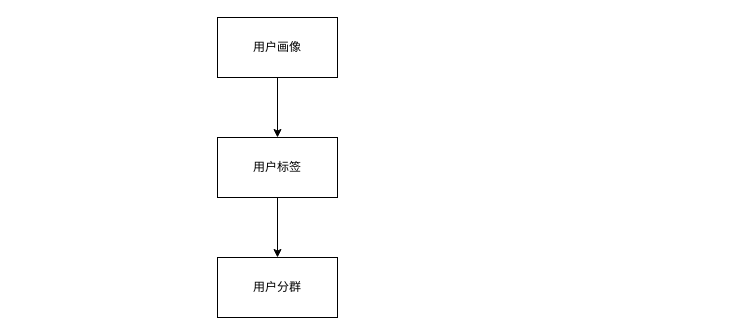
chenjinying1988/diagrams keeps this draw.io diagram as 用户分群.drawio. Above is the earlier version. Source tidied: cells renumbered, new cells numbered last; positions are measured from the earlier drawing's top-left corner, leaving out a move shared by most shapes. Both pictures are drawn from the tidied source at 100%, with x=0, y=0 at pixel (217, 17).
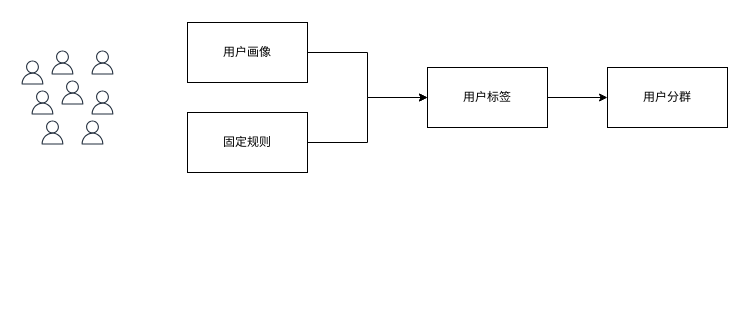
Above is the later version.

Commit message (it also covers changes not shown here):
更新用户分群.drawio

What changed in the source:
```diff
@@
 <mxGraphModel>
   <root>
     <mxCell id="0" />
     <mxCell id="1" parent="0" />
+    <mxCell id="7" style="group;" parent="1" vertex="1">
+      <mxGeometry x="-200" y="30" width="100" height="100" as="geometry" />
+    </mxCell>
+    <mxCell id="8" style="sketch=0;fontColor=#232F3E;gradientColor=none;strokeColor=#232F3E;fillColor=#ffffff;dashed=0;verticalLabelPosition=bottom;verticalAlign=top;align=center;html=1;fontSize=12;fontStyle=0;shape=mxgraph.aws4.resourceIcon;resIcon=mxgraph.aws4.user;strokeWidth=1;" parent="7" vertex="1">
+      <mxGeometry x="30" width="30" height="30" as="geometry" />
+    </mxCell>
+    <mxCell id="9" style="sketch=0;fontColor=#232F3E;gradientColor=none;strokeColor=#232F3E;fillColor=#ffffff;dashed=0;verticalLabelPosition=bottom;verticalAlign=top;align=center;html=1;fontSize=12;fontStyle=0;shape=mxgraph.aws4.resourceIcon;resIcon=mxgraph.aws4.user;strokeWidth=1;" parent="7" vertex="1">
+      <mxGeometry y="10" width="30" height="30" as="geometry" />
+    </mxCell>
+    <mxCell id="10" style="sketch=0;fontColor=#232F3E;gradientColor=none;strokeColor=#232F3E;fillColor=#ffffff;dashed=0;verticalLabelPosition=bottom;verticalAlign=top;align=center;html=1;fontSize=12;fontStyle=0;shape=mxgraph.aws4.resourceIcon;resIcon=mxgraph.aws4.user;strokeWidth=1;" parent="7" vertex="1">
+      <mxGeometry x="40" y="30" width="30" height="30" as="geometry" />
+    </mxCell>
+    <mxCell id="11" style="sketch=0;fontColor=#232F3E;gradientColor=none;strokeColor=#232F3E;fillColor=#ffffff;dashed=0;verticalLabelPosition=bottom;verticalAlign=top;align=center;html=1;fontSize=12;fontStyle=0;shape=mxgraph.aws4.resourceIcon;resIcon=mxgraph.aws4.user;strokeWidth=1;" parent="7" vertex="1">
+      <mxGeometry x="10" y="40" width="30" height="30" as="geometry" />
+    </mxCell>
+    <mxCell id="12" style="sketch=0;fontColor=#232F3E;gradientColor=none;strokeColor=#232F3E;fillColor=#ffffff;dashed=0;verticalLabelPosition=bottom;verticalAlign=top;align=center;html=1;fontSize=12;fontStyle=0;shape=mxgraph.aws4.resourceIcon;resIcon=mxgraph.aws4.user;strokeWidth=1;" parent="7" vertex="1">
+      <mxGeometry x="70" width="30" height="30" as="geometry" />
+    </mxCell>
+    <mxCell id="13" style="sketch=0;fontColor=#232F3E;gradientColor=none;strokeColor=#232F3E;fillColor=#ffffff;dashed=0;verticalLabelPosition=bottom;verticalAlign=top;align=center;html=1;fontSize=12;fontStyle=0;shape=mxgraph.aws4.resourceIcon;resIcon=mxgraph.aws4.user;strokeWidth=1;" parent="7" vertex="1">
+      <mxGeometry x="70" y="40" width="30" height="30" as="geometry" />
+    </mxCell>
+    <mxCell id="14" style="sketch=0;fontColor=#232F3E;gradientColor=none;strokeColor=#232F3E;fillColor=#ffffff;dashed=0;verticalLabelPosition=bottom;verticalAlign=top;align=center;html=1;fontSize=12;fontStyle=0;shape=mxgraph.aws4.resourceIcon;resIcon=mxgraph.aws4.user;strokeWidth=1;" parent="7" vertex="1">
+      <mxGeometry x="20" y="70" width="30" height="30" as="geometry" />
+    </mxCell>
+    <mxCell id="15" style="sketch=0;fontColor=#232F3E;gradientColor=none;strokeColor=#232F3E;fillColor=#ffffff;dashed=0;verticalLabelPosition=bottom;verticalAlign=top;align=center;html=1;fontSize=12;fontStyle=0;shape=mxgraph.aws4.resourceIcon;resIcon=mxgraph.aws4.user;strokeWidth=1;" parent="7" vertex="1">
+      <mxGeometry x="60" y="70" width="30" height="30" as="geometry" />
+    </mxCell>
+    <mxCell id="4" style="edgeStyle=orthogonalEdgeStyle;rounded=0;jettySize=auto;html=1;entryX=0;entryY=0.5;entryDx=0;entryDy=0;" parent="1" edge="1" source="5" target="3">
+      <mxGeometry relative="1" as="geometry" />
+    </mxCell>
+    <mxCell id="5" value="用户画像" style="rounded=0;whiteSpace=wrap;html=1;" parent="1" vertex="1">
+      <mxGeometry x="-30" y="5" width="120" height="60" as="geometry" />
+    </mxCell>
+    <mxCell id="16" style="edgeStyle=orthogonalEdgeStyle;rounded=0;jettySize=auto;html=1;entryX=0;entryY=0.5;entryDx=0;entryDy=0;" parent="1" edge="1" source="17" target="3">
+      <mxGeometry relative="1" as="geometry" />
+    </mxCell>
+    <mxCell id="17" value="固定规则" style="rounded=0;whiteSpace=wrap;html=1;" parent="1" vertex="1">
+      <mxGeometry x="-30" y="95" width="120" height="60" as="geometry" />
+    </mxCell>
-    <mxCell id="2" style="edgeStyle=orthogonalEdgeStyle;rounded=0;jettySize=auto;html=1;entryX=0.5;entryY=0;entryDx=0;entryDy=0;" parent="1" edge="1" source="3" target="6">
+    <mxCell id="2" style="edgeStyle=orthogonalEdgeStyle;rounded=0;jettySize=auto;html=1;entryX=0;entryY=0.5;entryDx=0;entryDy=0;" parent="1" edge="1" source="3" target="6">
       <mxGeometry relative="1" as="geometry" />
     </mxCell>
     <mxCell id="3" value="用户标签" style="rounded=0;whiteSpace=wrap;html=1;" parent="1" vertex="1">
-      <mxGeometry y="120" width="120" height="60" as="geometry" />
+      <mxGeometry x="210" y="50" width="120" height="60" as="geometry" />
     </mxCell>
-    <mxCell id="4" style="edgeStyle=orthogonalEdgeStyle;rounded=0;jettySize=auto;html=1;exitX=0.5;exitY=1;exitDx=0;exitDy=0;entryX=0.5;entryY=0;entryDx=0;entryDy=0;" parent="1" edge="1" source="5" target="3">
-      <mxGeometry relative="1" as="geometry" />
-    </mxCell>
-    <mxCell id="5" value="用户画像" style="rounded=0;whiteSpace=wrap;html=1;" parent="1" vertex="1">
-      <mxGeometry width="120" height="60" as="geometry" />
-    </mxCell>
     <mxCell id="6" value="用户分群" style="rounded=0;whiteSpace=wrap;html=1;" parent="1" vertex="1">
-      <mxGeometry y="240" width="120" height="60" as="geometry" />
+      <mxGeometry x="390" y="50" width="120" height="60" as="geometry" />
     </mxCell>
   </root>
 </mxGraphModel>
```
